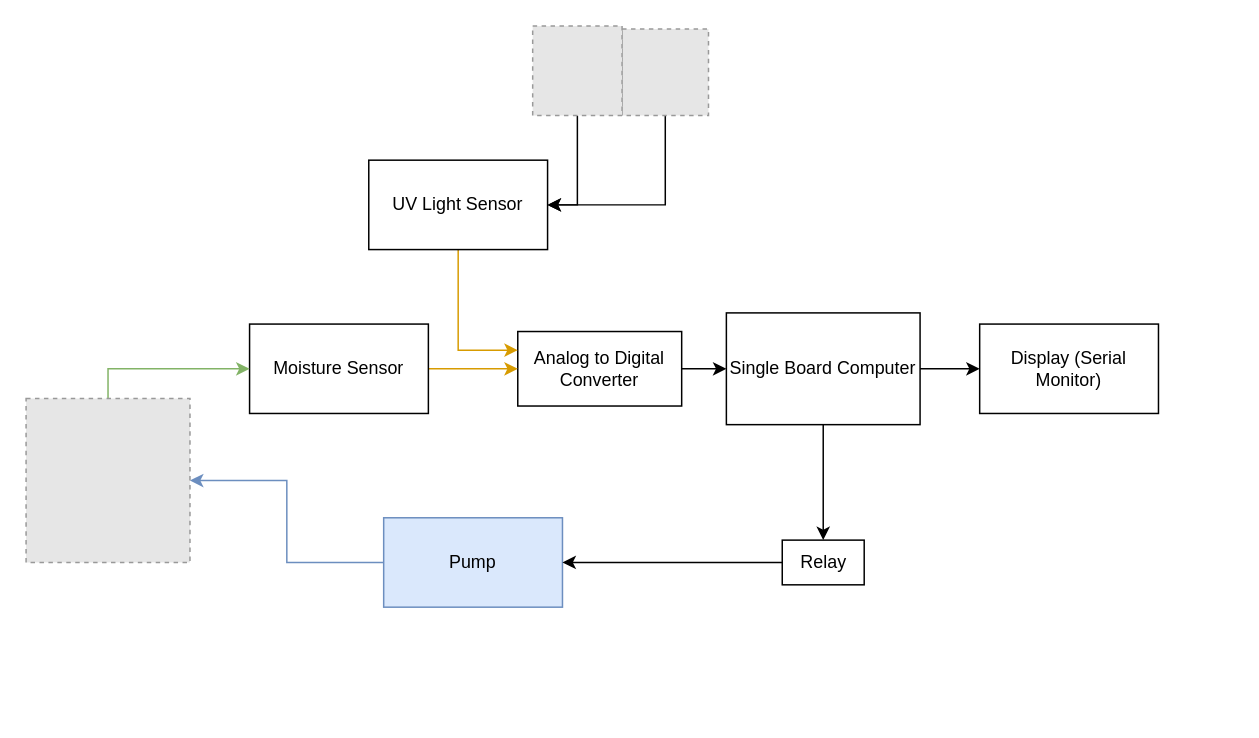
The draw.io diagram docs/architectures/sensors-pi.drawio in adaamm/PotPy, before the edit. Source tidied: cells renumbered, new cells numbered last; positions are measured from the earlier drawing's top-left corner, leaving out a move shared by most shapes. Both pictures are drawn from the tidied source at 149%, with x=0, y=0 at pixel (25, 25). Pictures stored in the file or linked from it are replaced by grey dashed boxes.
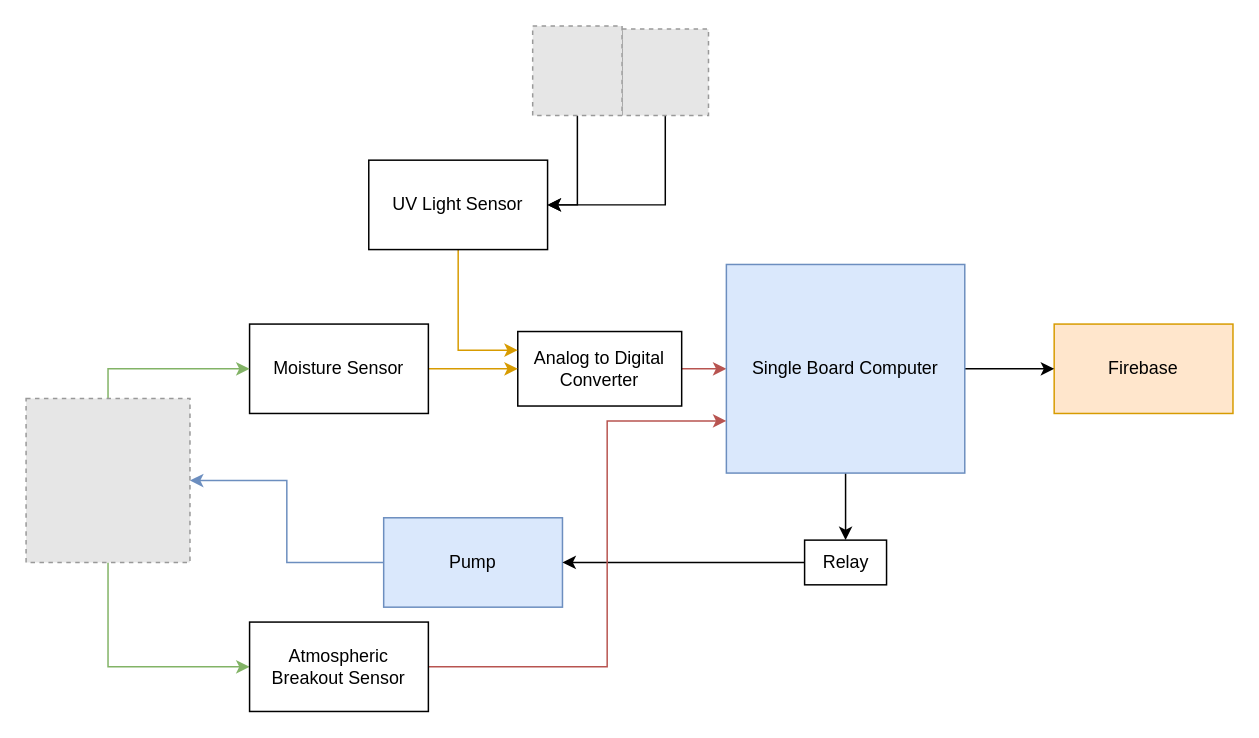
Above is the later version.

The change refers to these unchanged cells:
```xml
<mxCell id="3" value="Analog to Digital Converter" style="rounded=0;whiteSpace=wrap;html=1;" parent="1" vertex="1">
  <mxGeometry x="330" y="205" width="110" height="50" as="geometry" />
</mxCell>
<mxCell id="14" style="fillColor=#E6E6E6;strokeColor=#999999;dashed=1;html=1;verticalAlign=top;verticalLabelPosition=bottom;labelBackgroundColor=#ffffff;" parent="1" vertex="1">
  <mxGeometry y="250" width="110" height="110" as="geometry" />
</mxCell>
```

Diff of the diagram source:
```diff
@@
-    <mxCell id="2" style="edgeStyle=orthogonalEdgeStyle;rounded=0;jettySize=auto;html=1;exitX=1;exitY=0.5;exitDx=0;exitDy=0;entryX=0;entryY=0.5;entryDx=0;entryDy=0;" parent="1" edge="1" source="3" target="21">
+    <mxCell id="2" style="edgeStyle=orthogonalEdgeStyle;rounded=0;jettySize=auto;html=1;exitX=1;exitY=0.5;exitDx=0;exitDy=0;entryX=0;entryY=0.5;entryDx=0;entryDy=0;fillColor=#f8cecc;strokeColor=#b85450;" parent="1" edge="1" source="3" target="21">
       <mxGeometry relative="1" as="geometry" />
     </mxCell>
@@
     <mxCell id="11" value="Relay" style="rounded=0;whiteSpace=wrap;html=1;" parent="1" vertex="1">
-      <mxGeometry x="507.5" y="345" width="55" height="30" as="geometry" />
+      <mxGeometry x="522.5" y="345" width="55" height="30" as="geometry" />
     </mxCell>
-    <mxCell id="12" value="Display (Serial Monitor)" style="rounded=0;whiteSpace=wrap;html=1;" parent="1" vertex="1">
-      <mxGeometry x="640" y="200" width="120" height="60" as="geometry" />
+    <mxCell id="12" value="Firebase" style="rounded=0;whiteSpace=wrap;html=1;fillColor=#ffe6cc;strokeColor=#d79b00;" parent="1" vertex="1">
+      <mxGeometry x="690" y="200" width="120" height="60" as="geometry" />
     </mxCell>
@@
+    <mxCell id="22" style="edgeStyle=orthogonalEdgeStyle;rounded=0;jettySize=auto;html=1;exitX=0.5;exitY=1;exitDx=0;exitDy=0;entryX=0;entryY=0.5;entryDx=0;entryDy=0;fillColor=#d5e8d4;strokeColor=#82b366;" parent="1" edge="1" source="14" target="24">
+      <mxGeometry relative="1" as="geometry" />
+    </mxCell>
@@
-    <mxCell id="21" value="Single Board Computer" style="rounded=0;whiteSpace=wrap;html=1;" parent="1" vertex="1">
-      <mxGeometry x="470" y="192.5" width="130" height="75" as="geometry" />
+    <mxCell id="21" value="Single Board Computer" style="rounded=0;whiteSpace=wrap;html=1;fillColor=#dae8fc;strokeColor=#6c8ebf;" parent="1" vertex="1">
+      <mxGeometry x="470" y="160" width="160" height="140" as="geometry" />
     </mxCell>
+    <mxCell id="23" style="edgeStyle=orthogonalEdgeStyle;rounded=0;jettySize=auto;html=1;exitX=1;exitY=0.5;exitDx=0;exitDy=0;entryX=0;entryY=0.75;entryDx=0;entryDy=0;fillColor=#f8cecc;strokeColor=#b85450;" parent="1" edge="1" source="24" target="21">
+      <mxGeometry relative="1" as="geometry">
+        <Array as="points">
+          <mxPoint x="390" y="430" />
+          <mxPoint x="390" y="265" />
+        </Array>
+      </mxGeometry>
+    </mxCell>
+    <mxCell id="24" value="Atmospheric Breakout Sensor" style="rounded=0;whiteSpace=wrap;html=1;" parent="1" vertex="1">
+      <mxGeometry x="150" y="400" width="120" height="60" as="geometry" />
+    </mxCell>
```
